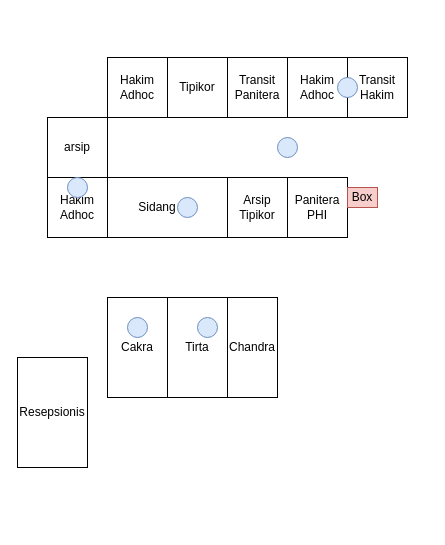
hnkzf/topologi-site keeps this draw.io diagram as PN  Tipikor Suratmo.drawio. Above is the earlier version. Source tidied: cells renumbered, new cells numbered last; positions are measured from the earlier drawing's top-left corner, leaving out a move shared by most shapes. Both pictures are drawn from the tidied source at 100%, with x=0, y=0 at pixel (17, 57).
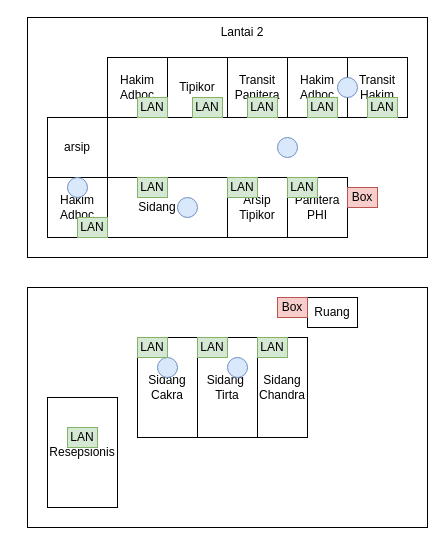
Above is the later version.

The edit, as a diff of the source:
```diff
@@
+    <mxCell id="23" style="rounded=0;whiteSpace=wrap;html=1;fillColor=default;" parent="1" vertex="1">
+      <mxGeometry x="10" y="230" width="400" height="240" as="geometry" />
+    </mxCell>
+    <mxCell id="24" style="rounded=0;whiteSpace=wrap;html=1;fillColor=default;" parent="1" vertex="1">
+      <mxGeometry x="10" y="-40" width="400" height="240" as="geometry" />
+    </mxCell>
@@
-    <mxCell id="12" value="Cakra" style="rounded=0;whiteSpace=wrap;html=1;" parent="1" vertex="1">
-      <mxGeometry x="90" y="240" width="60" height="100" as="geometry" />
+    <mxCell id="12" value="Sidang&lt;div&gt;Cakra&lt;/div&gt;" style="rounded=0;whiteSpace=wrap;html=1;" parent="1" vertex="1">
+      <mxGeometry x="120" y="280" width="60" height="100" as="geometry" />
     </mxCell>
-    <mxCell id="13" value="Tirta" style="rounded=0;whiteSpace=wrap;html=1;" parent="1" vertex="1">
-      <mxGeometry x="150" y="240" width="60" height="100" as="geometry" />
+    <mxCell id="13" value="Sidang&amp;nbsp;&lt;div&gt;Tirta&lt;/div&gt;" style="rounded=0;whiteSpace=wrap;html=1;" parent="1" vertex="1">
+      <mxGeometry x="180" y="280" width="60" height="100" as="geometry" />
     </mxCell>
-    <mxCell id="14" value="Chandra" style="rounded=0;whiteSpace=wrap;html=1;" parent="1" vertex="1">
-      <mxGeometry x="210" y="240" width="50" height="100" as="geometry" />
+    <mxCell id="14" value="Sidang&lt;div&gt;Chandra&lt;/div&gt;" style="rounded=0;whiteSpace=wrap;html=1;" parent="1" vertex="1">
+      <mxGeometry x="240" y="280" width="50" height="100" as="geometry" />
     </mxCell>
@@
     <mxCell id="19" style="ellipse;whiteSpace=wrap;html=1;fillColor=#dae8fc;strokeColor=#6c8ebf;" parent="1" vertex="1">
-      <mxGeometry x="110" y="260" width="20" height="20" as="geometry" />
+      <mxGeometry x="140" y="300" width="20" height="20" as="geometry" />
     </mxCell>
     <mxCell id="20" style="ellipse;whiteSpace=wrap;html=1;fillColor=#dae8fc;strokeColor=#6c8ebf;" parent="1" vertex="1">
-      <mxGeometry x="180" y="260" width="20" height="20" as="geometry" />
+      <mxGeometry x="210" y="300" width="20" height="20" as="geometry" />
     </mxCell>
     <mxCell id="21" value="Resepsionis" style="rounded=0;whiteSpace=wrap;html=1;" parent="1" vertex="1">
-      <mxGeometry y="300" width="70" height="110" as="geometry" />
+      <mxGeometry x="30" y="340" width="70" height="110" as="geometry" />
     </mxCell>
@@
+    <mxCell id="25" value="LAN" style="rounded=0;whiteSpace=wrap;html=1;fillColor=#d5e8d4;strokeColor=#82b366;" parent="1" vertex="1">
+      <mxGeometry x="60" y="160" width="30" height="20" as="geometry" />
+    </mxCell>
+    <mxCell id="26" value="LAN" style="rounded=0;whiteSpace=wrap;html=1;fillColor=#d5e8d4;strokeColor=#82b366;" parent="1" vertex="1">
+      <mxGeometry x="120" y="40" width="30" height="20" as="geometry" />
+    </mxCell>
+    <mxCell id="27" value="LAN" style="rounded=0;whiteSpace=wrap;html=1;fillColor=#d5e8d4;strokeColor=#82b366;" parent="1" vertex="1">
+      <mxGeometry x="50" y="370" width="30" height="20" as="geometry" />
+    </mxCell>
+    <mxCell id="28" value="LAN" style="rounded=0;whiteSpace=wrap;html=1;fillColor=#d5e8d4;strokeColor=#82b366;" parent="1" vertex="1">
+      <mxGeometry x="180" y="280" width="30" height="20" as="geometry" />
+    </mxCell>
+    <mxCell id="29" value="LAN" style="rounded=0;whiteSpace=wrap;html=1;fillColor=#d5e8d4;strokeColor=#82b366;" parent="1" vertex="1">
+      <mxGeometry x="270" y="120" width="30" height="20" as="geometry" />
+    </mxCell>
+    <mxCell id="30" value="LAN" style="rounded=0;whiteSpace=wrap;html=1;fillColor=#d5e8d4;strokeColor=#82b366;" parent="1" vertex="1">
+      <mxGeometry x="350" y="40" width="30" height="20" as="geometry" />
+    </mxCell>
+    <mxCell id="31" value="LAN" style="rounded=0;whiteSpace=wrap;html=1;fillColor=#d5e8d4;strokeColor=#82b366;" parent="1" vertex="1">
+      <mxGeometry x="240" y="280" width="30" height="20" as="geometry" />
+    </mxCell>
+    <mxCell id="32" value="LAN" style="rounded=0;whiteSpace=wrap;html=1;fillColor=#d5e8d4;strokeColor=#82b366;" parent="1" vertex="1">
+      <mxGeometry x="210" y="120" width="30" height="20" as="geometry" />
+    </mxCell>
+    <mxCell id="33" value="LAN" style="rounded=0;whiteSpace=wrap;html=1;fillColor=#d5e8d4;strokeColor=#82b366;" parent="1" vertex="1">
+      <mxGeometry x="290" y="40" width="30" height="20" as="geometry" />
+    </mxCell>
+    <mxCell id="34" value="LAN" style="rounded=0;whiteSpace=wrap;html=1;fillColor=#d5e8d4;strokeColor=#82b366;" parent="1" vertex="1">
+      <mxGeometry x="230" y="40" width="30" height="20" as="geometry" />
+    </mxCell>
+    <mxCell id="35" value="LAN" style="rounded=0;whiteSpace=wrap;html=1;fillColor=#d5e8d4;strokeColor=#82b366;" parent="1" vertex="1">
+      <mxGeometry x="120" y="280" width="30" height="20" as="geometry" />
+    </mxCell>
+    <mxCell id="36" value="LAN" style="rounded=0;whiteSpace=wrap;html=1;fillColor=#d5e8d4;strokeColor=#82b366;" parent="1" vertex="1">
+      <mxGeometry x="120" y="120" width="30" height="20" as="geometry" />
+    </mxCell>
+    <mxCell id="37" value="LAN" style="rounded=0;whiteSpace=wrap;html=1;fillColor=#d5e8d4;strokeColor=#82b366;" parent="1" vertex="1">
+      <mxGeometry x="175" y="40" width="30" height="20" as="geometry" />
+    </mxCell>
+    <mxCell id="38" value="Lantai 2" style="text;html=1;align=center;verticalAlign=middle;whiteSpace=wrap;rounded=0;" parent="1" vertex="1">
+      <mxGeometry x="195" y="-40" width="60" height="30" as="geometry" />
+    </mxCell>
+    <mxCell id="39" value="Ruang" style="rounded=0;whiteSpace=wrap;html=1;" parent="1" vertex="1">
+      <mxGeometry x="290" y="240" width="50" height="30" as="geometry" />
+    </mxCell>
+    <mxCell id="40" value="Box" style="rounded=0;whiteSpace=wrap;html=1;fillColor=#f8cecc;strokeColor=#b85450;" parent="1" vertex="1">
+      <mxGeometry x="260" y="240" width="30" height="20" as="geometry" />
+    </mxCell>
```
